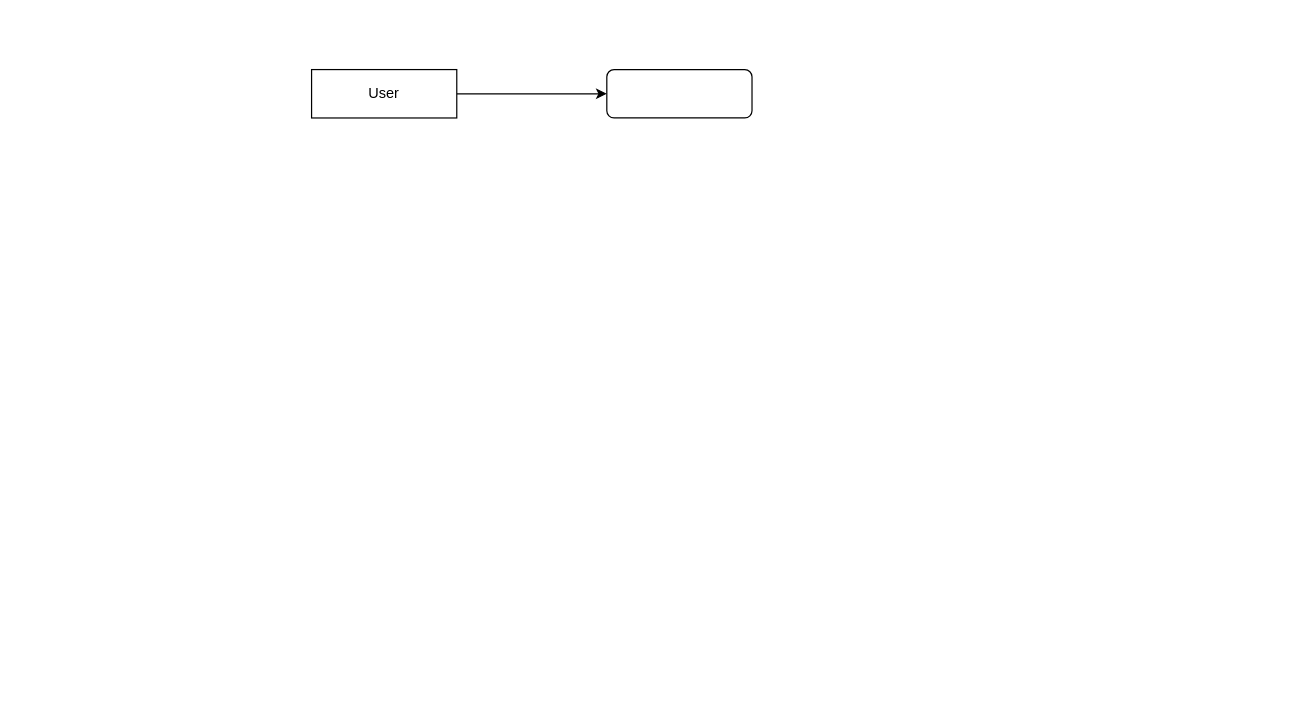
Before: context-diagram.drawio in Dibkk/diagram-thesis, a draw.io diagram. Source tidied: cells renumbered, new cells numbered last; positions are measured from the earlier drawing's top-left corner, leaving out a move shared by most shapes. Both pictures are drawn from the tidied source at 121%, with x=0, y=0 at pixel (311, 69).
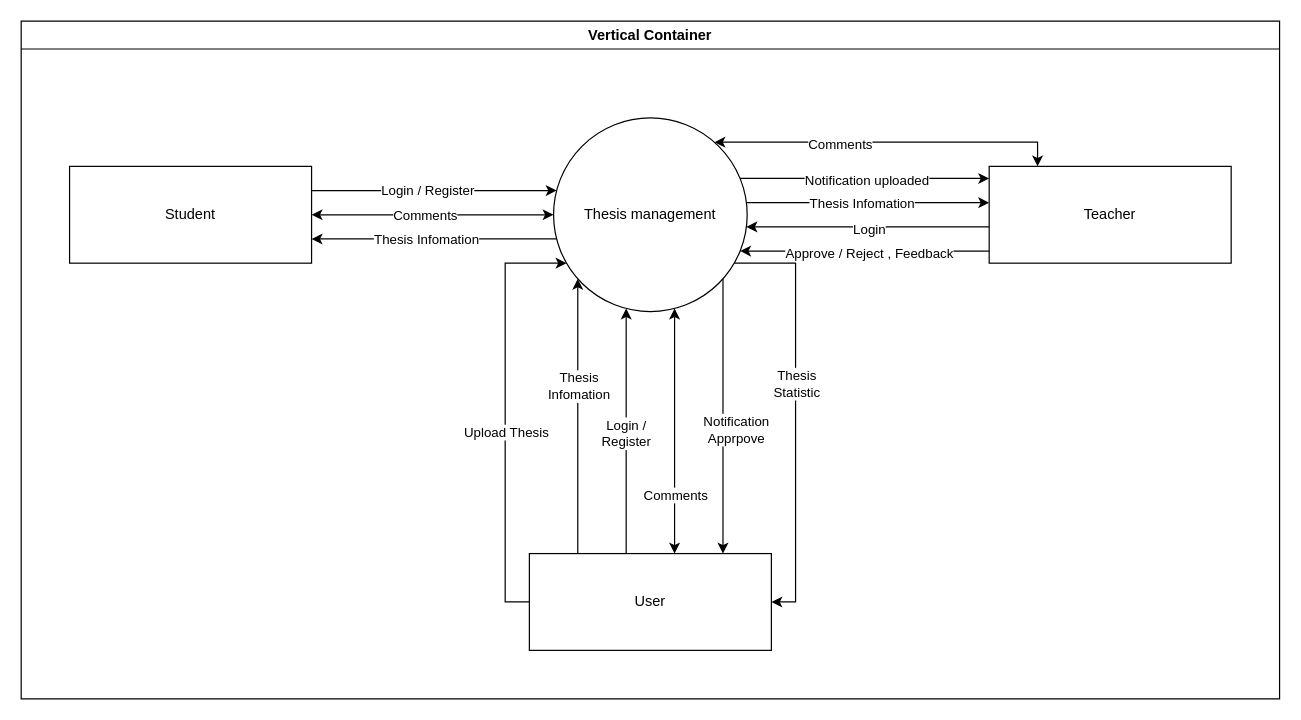
The same page after the edit.

Diff of the diagram source:
```diff
@@
-    <mxCell id="2" style="rounded=1;whiteSpace=wrap;html=1;" parent="1" vertex="1">
-      <mxGeometry x="244" width="120" height="40" as="geometry" />
-    </mxCell>
+    <mxCell id="5" value="Vertical Container" style="swimlane;whiteSpace=wrap;html=1;" parent="1" vertex="1">
+      <mxGeometry x="-240" y="-40" width="1040" height="560" as="geometry" />
+    </mxCell>
-    <mxCell id="3" style="edgeStyle=orthogonalEdgeStyle;rounded=0;jettySize=auto;html=1;entryX=0;entryY=0.5;entryDx=0;entryDy=0;" parent="1" edge="1" source="4" target="2">
-      <mxGeometry relative="1" as="geometry" />
+    <mxCell id="3" style="edgeStyle=orthogonalEdgeStyle;rounded=0;jettySize=auto;html=1;" parent="5" edge="1" source="4" target="17">
+      <mxGeometry relative="1" as="geometry">
+        <Array as="points">
+          <mxPoint x="340" y="140" />
+          <mxPoint x="340" y="140" />
+        </Array>
+      </mxGeometry>
     </mxCell>
+    <mxCell id="6" value="Login / Register" style="edgeLabel;html=1;align=center;verticalAlign=middle;" parent="3" vertex="1">
+      <mxGeometry x="-0.06" y="1" relative="1" as="geometry" />
+    </mxCell>
-    <mxCell id="4" value="User" style="rounded=0;whiteSpace=wrap;html=1;" parent="1" vertex="1">
-      <mxGeometry width="120" height="40" as="geometry" />
+    <mxCell id="4" value="Student" style="rounded=0;whiteSpace=wrap;html=1;" parent="5" vertex="1">
+      <mxGeometry x="40" y="120" width="200" height="80" as="geometry" />
     </mxCell>
+    <mxCell id="7" style="edgeStyle=orthogonalEdgeStyle;rounded=0;jettySize=auto;html=1;" parent="5" edge="1" source="17" target="4">
+      <mxGeometry relative="1" as="geometry">
+        <Array as="points">
+          <mxPoint x="340" y="180" />
+          <mxPoint x="340" y="180" />
+        </Array>
+      </mxGeometry>
+    </mxCell>
+    <mxCell id="8" value="Thesis Infomation" style="edgeLabel;html=1;align=center;verticalAlign=middle;" parent="7" vertex="1">
+      <mxGeometry x="0.07" relative="1" as="geometry" />
+    </mxCell>
+    <mxCell id="9" style="edgeStyle=orthogonalEdgeStyle;rounded=0;jettySize=auto;html=1;startArrow=classic;startFill=1;" parent="5" edge="1" source="17" target="4">
+      <mxGeometry relative="1" as="geometry">
+        <Array as="points">
+          <mxPoint x="340" y="160" />
+          <mxPoint x="340" y="160" />
+        </Array>
+      </mxGeometry>
+    </mxCell>
+    <mxCell id="10" value="Comments" style="edgeLabel;html=1;align=center;verticalAlign=middle;" parent="9" vertex="1">
+      <mxGeometry x="0.07" relative="1" as="geometry" />
+    </mxCell>
+    <mxCell id="11" style="edgeStyle=orthogonalEdgeStyle;rounded=0;jettySize=auto;html=1;" parent="5" edge="1" source="17" target="22">
+      <mxGeometry relative="1" as="geometry">
+        <Array as="points">
+          <mxPoint x="700" y="150" />
+          <mxPoint x="700" y="150" />
+        </Array>
+      </mxGeometry>
+    </mxCell>
+    <mxCell id="12" value="Thesis Infomation" style="edgeLabel;html=1;align=center;verticalAlign=middle;" parent="11" vertex="1">
+      <mxGeometry x="-0.05" y="2" relative="1" as="geometry">
+        <mxPoint y="2" as="offset" />
+      </mxGeometry>
+    </mxCell>
+    <mxCell id="13" style="edgeStyle=orthogonalEdgeStyle;rounded=0;jettySize=auto;html=1;" parent="5" edge="1" source="22" target="17">
+      <mxGeometry relative="1" as="geometry">
+        <Array as="points">
+          <mxPoint x="700" y="170" />
+          <mxPoint x="700" y="170" />
+        </Array>
+      </mxGeometry>
+    </mxCell>
+    <mxCell id="14" value="Login" style="edgeLabel;html=1;align=center;verticalAlign=middle;" parent="13" vertex="1">
+      <mxGeometry y="1" relative="1" as="geometry" />
+    </mxCell>
+    <mxCell id="15" style="edgeStyle=orthogonalEdgeStyle;rounded=0;jettySize=auto;html=1;" parent="5" edge="1" source="17" target="23">
+      <mxGeometry relative="1" as="geometry">
+        <Array as="points">
+          <mxPoint x="640" y="200" />
+          <mxPoint x="640" y="480" />
+        </Array>
+      </mxGeometry>
+    </mxCell>
+    <mxCell id="16" value="Thesis&lt;div&gt;Statistic&lt;/div&gt;" style="edgeLabel;html=1;align=center;verticalAlign=middle;" parent="15" vertex="1">
+      <mxGeometry x="0.04" relative="1" as="geometry">
+        <mxPoint y="-32" as="offset" />
+      </mxGeometry>
+    </mxCell>
+    <mxCell id="17" value="Thesis management" style="ellipse;whiteSpace=wrap;html=1;" parent="5" vertex="1">
+      <mxGeometry x="440" y="80" width="160" height="160" as="geometry" />
+    </mxCell>
+    <mxCell id="18" style="edgeStyle=orthogonalEdgeStyle;rounded=0;jettySize=auto;html=1;" parent="5" edge="1" source="17" target="22">
+      <mxGeometry relative="1" as="geometry">
+        <Array as="points">
+          <mxPoint x="700" y="130" />
+          <mxPoint x="700" y="130" />
+        </Array>
+      </mxGeometry>
+    </mxCell>
+    <mxCell id="19" value="Notification uploaded" style="edgeLabel;html=1;align=center;verticalAlign=middle;" parent="18" vertex="1">
+      <mxGeometry x="0.01" y="-1" relative="1" as="geometry" />
+    </mxCell>
+    <mxCell id="20" style="edgeStyle=orthogonalEdgeStyle;rounded=0;jettySize=auto;html=1;startArrow=classic;startFill=1;" parent="5" edge="1" source="22" target="17">
+      <mxGeometry relative="1" as="geometry">
+        <Array as="points">
+          <mxPoint x="840" y="100" />
+        </Array>
+      </mxGeometry>
+    </mxCell>
+    <mxCell id="21" value="Comments" style="edgeLabel;html=1;align=center;verticalAlign=middle;" parent="20" vertex="1">
+      <mxGeometry x="0.28" y="1" relative="1" as="geometry" />
+    </mxCell>
+    <mxCell id="22" value="Teacher" style="rounded=0;whiteSpace=wrap;html=1;" parent="5" vertex="1">
+      <mxGeometry x="800" y="120" width="200" height="80" as="geometry" />
+    </mxCell>
+    <mxCell id="23" value="User" style="rounded=0;whiteSpace=wrap;html=1;" parent="5" vertex="1">
+      <mxGeometry x="420" y="440" width="200" height="80" as="geometry" />
+    </mxCell>
+    <mxCell id="24" style="edgeStyle=orthogonalEdgeStyle;rounded=0;jettySize=auto;html=1;" parent="5" edge="1" source="22" target="17">
+      <mxGeometry relative="1" as="geometry">
+        <Array as="points">
+          <mxPoint x="700" y="190" />
+          <mxPoint x="700" y="190" />
+        </Array>
+      </mxGeometry>
+    </mxCell>
+    <mxCell id="25" value="Approve / Reject , Feedback" style="edgeLabel;html=1;align=center;verticalAlign=middle;" parent="24" vertex="1">
+      <mxGeometry y="1" relative="1" as="geometry">
+        <mxPoint x="3" as="offset" />
+      </mxGeometry>
+    </mxCell>
+    <mxCell id="26" style="edgeStyle=orthogonalEdgeStyle;rounded=0;jettySize=auto;html=1;" parent="5" edge="1" source="23" target="17">
+      <mxGeometry relative="1" as="geometry">
+        <Array as="points">
+          <mxPoint x="460" y="340" />
+          <mxPoint x="460" y="340" />
+        </Array>
+      </mxGeometry>
+    </mxCell>
+    <mxCell id="27" value="Thesis&lt;div&gt;Infomation&lt;/div&gt;" style="edgeLabel;html=1;align=center;verticalAlign=middle;" parent="26" vertex="1">
+      <mxGeometry x="-0.04" relative="1" as="geometry">
+        <mxPoint y="-30" as="offset" />
+      </mxGeometry>
+    </mxCell>
+    <mxCell id="28" style="edgeStyle=orthogonalEdgeStyle;rounded=0;jettySize=auto;html=1;" parent="5" edge="1" source="23" target="17">
+      <mxGeometry relative="1" as="geometry">
+        <Array as="points">
+          <mxPoint x="500" y="340" />
+          <mxPoint x="500" y="340" />
+        </Array>
+      </mxGeometry>
+    </mxCell>
+    <mxCell id="29" value="Login /&lt;div&gt;Register&lt;/div&gt;" style="edgeLabel;html=1;align=center;verticalAlign=middle;" parent="28" vertex="1">
+      <mxGeometry x="-0.13" y="1" relative="1" as="geometry">
+        <mxPoint y="-12" as="offset" />
+      </mxGeometry>
+    </mxCell>
+    <mxCell id="30" style="edgeStyle=orthogonalEdgeStyle;rounded=0;jettySize=auto;html=1;startArrow=classic;startFill=1;" parent="5" edge="1" source="23" target="17">
+      <mxGeometry relative="1" as="geometry">
+        <Array as="points">
+          <mxPoint x="540" y="350" />
+          <mxPoint x="540" y="350" />
+        </Array>
+      </mxGeometry>
+    </mxCell>
+    <mxCell id="31" value="Comments" style="edgeLabel;html=1;align=center;verticalAlign=middle;" parent="30" vertex="1">
+      <mxGeometry x="-0.25" y="-2" relative="1" as="geometry">
+        <mxPoint x="-2" y="27" as="offset" />
+      </mxGeometry>
+    </mxCell>
+    <mxCell id="32" style="edgeStyle=orthogonalEdgeStyle;rounded=0;jettySize=auto;html=1;" parent="5" edge="1" source="17" target="23">
+      <mxGeometry relative="1" as="geometry">
+        <Array as="points">
+          <mxPoint x="580" y="340" />
+          <mxPoint x="580" y="340" />
+        </Array>
+      </mxGeometry>
+    </mxCell>
+    <mxCell id="33" value="Notification&lt;div&gt;Apprpove&lt;/div&gt;" style="edgeLabel;html=1;align=center;verticalAlign=middle;" parent="32" vertex="1">
+      <mxGeometry x="0.1" y="1" relative="1" as="geometry">
+        <mxPoint x="9" as="offset" />
+      </mxGeometry>
+    </mxCell>
+    <mxCell id="34" style="edgeStyle=orthogonalEdgeStyle;rounded=0;jettySize=auto;html=1;" parent="5" edge="1" source="23" target="17">
+      <mxGeometry relative="1" as="geometry">
+        <Array as="points">
+          <mxPoint x="400" y="480" />
+          <mxPoint x="400" y="200" />
+        </Array>
+      </mxGeometry>
+    </mxCell>
+    <mxCell id="35" value="Upload Thesis" style="edgeLabel;html=1;align=center;verticalAlign=middle;" parent="34" vertex="1">
+      <mxGeometry x="0.07" relative="1" as="geometry">
+        <mxPoint y="27" as="offset" />
+      </mxGeometry>
+    </mxCell>
```
